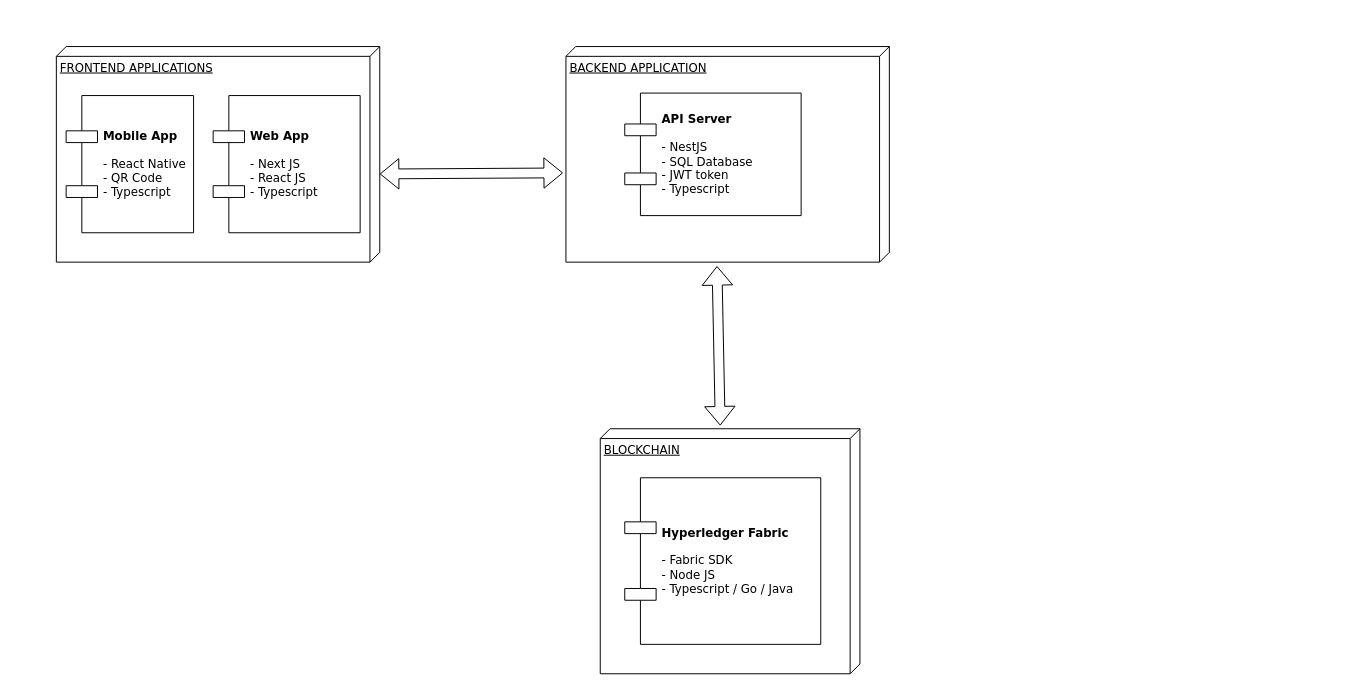
Above: diagrams/system-architecture.drawio in bry54/msc-thesis-blockchain (draw.io), before the change. Source tidied: cells renumbered, new cells numbered last; positions are measured from the earlier drawing's top-left corner, leaving out a move shared by most shapes. Both pictures are drawn from the tidied source at 98%, with x=0, y=0 at pixel (56, 46).
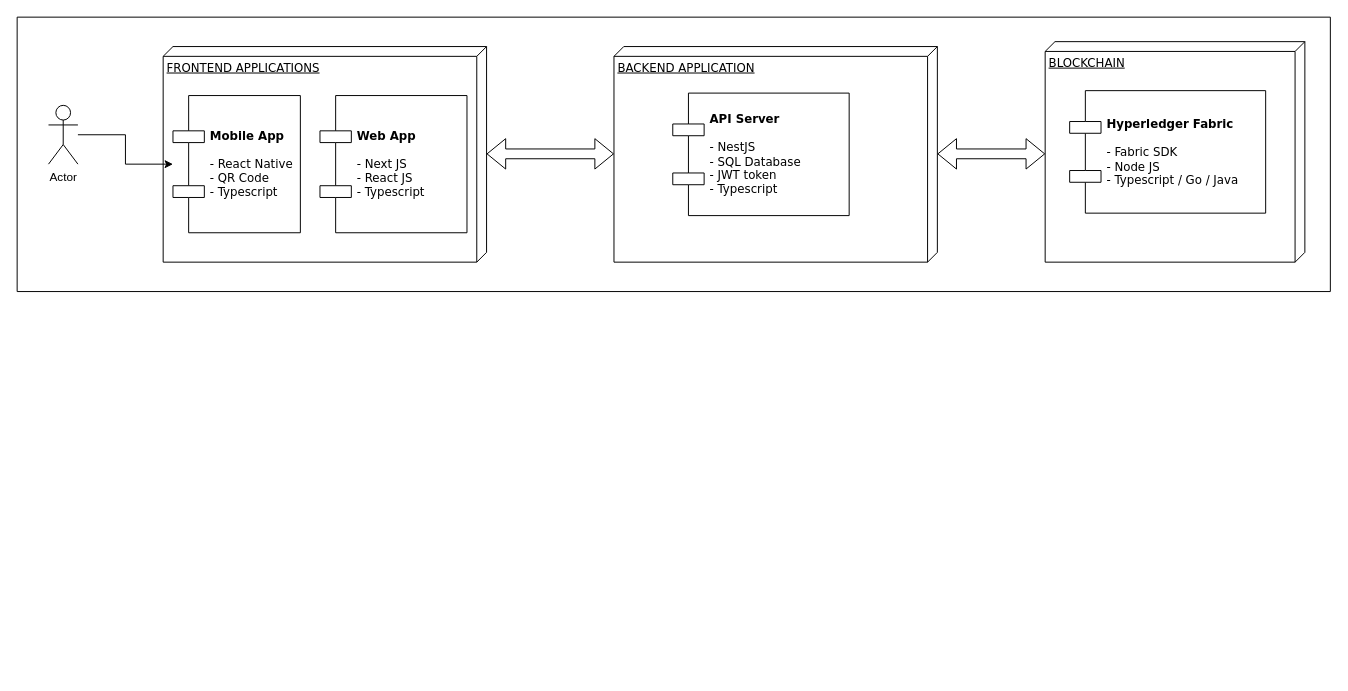
The same diagram, later.

The edit, as a diff of the source:
```diff
@@
 <mxGraphModel>
   <root>
     <mxCell id="0" />
     <mxCell id="1" parent="0" />
+    <mxCell id="11" style="verticalLabelPosition=bottom;verticalAlign=top;html=1;shape=mxgraph.basic.rect;fillColor2=none;strokeWidth=1;size=20;indent=5;" parent="1" vertex="1">
+      <mxGeometry x="-40" y="-30" width="1340" height="280" as="geometry" />
+    </mxCell>
     <mxCell id="2" value="FRONTEND APPLICATIONS" style="verticalAlign=top;align=left;spacingTop=8;spacingLeft=2;spacingRight=12;shape=cube;size=10;direction=south;fontStyle=4;html=1;rounded=0;shadow=0;comic=0;labelBackgroundColor=none;strokeWidth=1;fontFamily=Verdana;fontSize=12;" parent="1" vertex="1">
-      <mxGeometry width="330" height="220" as="geometry" />
+      <mxGeometry x="109" width="330" height="220" as="geometry" />
     </mxCell>
     <mxCell id="3" value="BACKEND APPLICATION" style="verticalAlign=top;align=left;spacingTop=8;spacingLeft=2;spacingRight=12;shape=cube;size=10;direction=south;fontStyle=4;html=1;rounded=0;shadow=0;comic=0;labelBackgroundColor=none;strokeWidth=1;fontFamily=Verdana;fontSize=12;" parent="1" vertex="1">
-      <mxGeometry x="520" width="330" height="220" as="geometry" />
+      <mxGeometry x="569" width="330" height="220" as="geometry" />
     </mxCell>
     <mxCell id="4" value="BLOCKCHAIN" style="verticalAlign=top;align=left;spacingTop=8;spacingLeft=2;spacingRight=12;shape=cube;size=10;direction=south;fontStyle=4;html=1;rounded=0;shadow=0;comic=0;labelBackgroundColor=none;strokeWidth=1;fontFamily=Verdana;fontSize=12;" parent="1" vertex="1">
-      <mxGeometry x="555" y="390" width="265" height="250" as="geometry" />
+      <mxGeometry x="1009" y="-5" width="265" height="225" as="geometry" />
     </mxCell>
     <mxCell id="5" value="&lt;b&gt;Mobile App&lt;br&gt;&lt;/b&gt;&lt;br&gt;- React Native&lt;br&gt;- QR Code&lt;div&gt;- Typescript&lt;/div&gt;" style="shape=component;align=left;spacingLeft=36;rounded=0;shadow=0;comic=0;labelBackgroundColor=none;strokeWidth=1;fontFamily=Verdana;fontSize=12;html=1;" parent="1" vertex="1">
-      <mxGeometry x="10" y="50" width="130" height="140" as="geometry" />
+      <mxGeometry x="119" y="50" width="130" height="140" as="geometry" />
     </mxCell>
     <mxCell id="6" value="&lt;b&gt;API Server&lt;/b&gt;&lt;div&gt;&lt;br&gt;&lt;/div&gt;&lt;div&gt;- NestJS&lt;/div&gt;&lt;div&gt;- SQL Database&lt;/div&gt;&lt;div&gt;- JWT token&lt;br&gt;- Typescript&lt;/div&gt;" style="shape=component;align=left;spacingLeft=36;rounded=0;shadow=0;comic=0;labelBackgroundColor=none;strokeWidth=1;fontFamily=Verdana;fontSize=12;html=1;" parent="1" vertex="1">
-      <mxGeometry x="580" y="47.5" width="180" height="125" as="geometry" />
+      <mxGeometry x="629" y="47.5" width="180" height="125" as="geometry" />
     </mxCell>
     <mxCell id="7" value="&lt;b&gt;Hyperledger Fabric&lt;/b&gt;&lt;div&gt;&lt;br&gt;- Fabric SDK&lt;br&gt;- Node JS&lt;/div&gt;&lt;div&gt;- Typescript / Go / Java&lt;/div&gt;" style="shape=component;align=left;spacingLeft=36;rounded=0;shadow=0;comic=0;labelBackgroundColor=none;strokeWidth=1;fontFamily=Verdana;fontSize=12;html=1;" parent="1" vertex="1">
-      <mxGeometry x="580" y="440" width="200" height="170" as="geometry" />
+      <mxGeometry x="1034" y="45" width="200" height="125" as="geometry" />
     </mxCell>
     <mxCell id="8" value="&lt;b&gt;Web App&lt;br&gt;&lt;/b&gt;&lt;br&gt;- Next JS&lt;div&gt;- React JS&lt;br&gt;&lt;/div&gt;&lt;div&gt;- Typescript&lt;/div&gt;" style="shape=component;align=left;spacingLeft=36;rounded=0;shadow=0;comic=0;labelBackgroundColor=none;strokeWidth=1;fontFamily=Verdana;fontSize=12;html=1;" parent="1" vertex="1">
-      <mxGeometry x="160" y="50" width="150" height="140" as="geometry" />
+      <mxGeometry x="269" y="50" width="150" height="140" as="geometry" />
     </mxCell>
-    <mxCell id="9" style="shape=flexArrow;endArrow=classic;startArrow=classic;html=1;rounded=0;entryX=1.018;entryY=0.533;entryDx=0;entryDy=0;entryPerimeter=0;exitX=-0.013;exitY=0.538;exitDx=0;exitDy=0;exitPerimeter=0;" parent="1" edge="1" source="4" target="3">
-      <mxGeometry relative="1" as="geometry" />
+    <mxCell id="9" style="shape=flexArrow;endArrow=classic;startArrow=classic;html=1;rounded=0;entryX=1.018;entryY=0.533;entryDx=0;entryDy=0;entryPerimeter=0;" parent="1" edge="1">
+      <mxGeometry relative="1" as="geometry">
+        <mxPoint x="1009" y="109.5" as="sourcePoint" />
+        <mxPoint x="899" y="109.5" as="targetPoint" />
+      </mxGeometry>
     </mxCell>
-    <mxCell id="10" style="shape=flexArrow;endArrow=classic;startArrow=classic;html=1;rounded=0;entryX=0.586;entryY=1.009;entryDx=0;entryDy=0;entryPerimeter=0;" parent="1" edge="1" target="3">
+    <mxCell id="10" style="shape=flexArrow;endArrow=classic;startArrow=classic;html=1;rounded=0;" parent="1" edge="1">
       <mxGeometry relative="1" as="geometry">
-        <mxPoint x="330" y="130" as="sourcePoint" />
+        <mxPoint x="439" y="109.5" as="sourcePoint" />
+        <mxPoint x="569" y="109.5" as="targetPoint" />
       </mxGeometry>
     </mxCell>
+    <mxCell id="12" style="edgeStyle=orthogonalEdgeStyle;rounded=0;jettySize=auto;html=1;" parent="1" edge="1" source="13" target="5">
+      <mxGeometry relative="1" as="geometry" />
+    </mxCell>
+    <mxCell id="13" value="Actor" style="shape=umlActor;verticalLabelPosition=bottom;verticalAlign=top;html=1;outlineConnect=0;" parent="1" vertex="1">
+      <mxGeometry x="-8" y="60" width="30" height="60" as="geometry" />
+    </mxCell>
   </root>
 </mxGraphModel>
```
